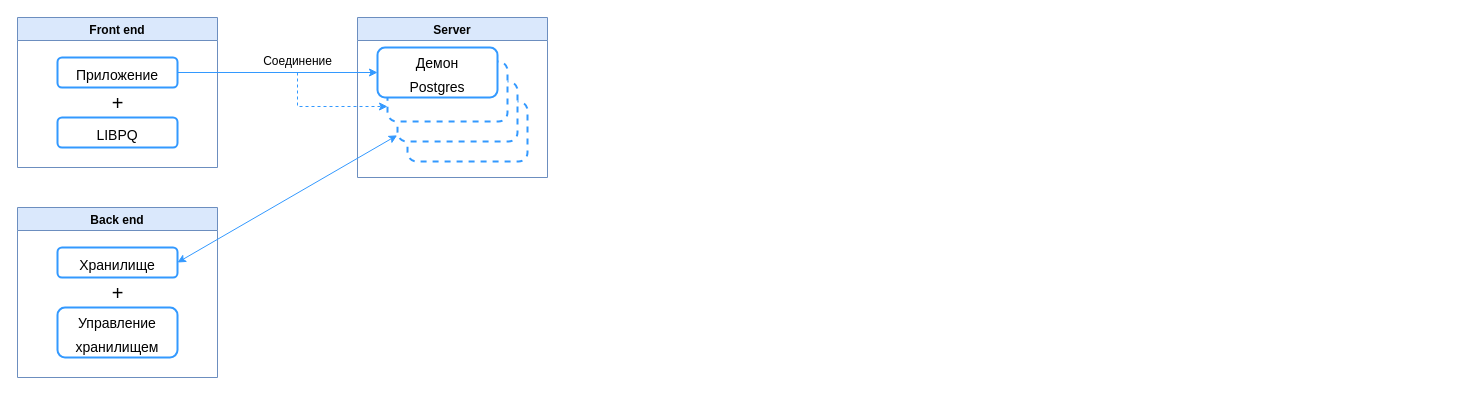
Earlier version of the draw.io diagram diagrams/Architecture.drawio (platosha-git/Diplom-theory). Source tidied: cells renumbered, new cells numbered last; positions are measured from the earlier drawing's top-left corner, leaving out a move shared by most shapes. Both pictures are drawn from the tidied source at 100%, with x=0, y=0 at pixel (17, 17).
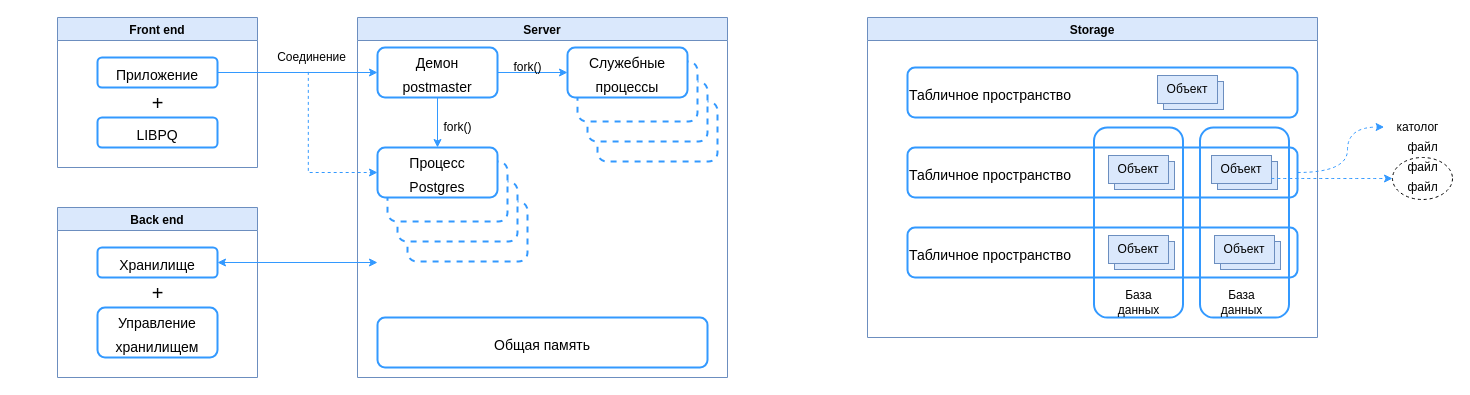
After the change.

Unchanged cells that the change refers to:
```xml
<mxCell id="3" value="&lt;font style=&quot;font-size: 14px&quot;&gt;Приложение&lt;/font&gt;" style="rounded=1;whiteSpace=wrap;html=1;fontSize=20;strokeColor=#3399FF;strokeWidth=2;" parent="2" vertex="1">
  <mxGeometry x="40" y="40" width="120" height="30" as="geometry" />
</mxCell>
<mxCell id="15" value="&lt;font style=&quot;font-size: 14px&quot;&gt;Хранилище&lt;/font&gt;" style="rounded=1;whiteSpace=wrap;html=1;fontSize=20;strokeColor=#3399FF;strokeWidth=2;" parent="14" vertex="1">
  <mxGeometry x="40" y="40" width="120" height="30" as="geometry" />
</mxCell>
```

The edit, as a diff of the source:
```diff
@@
     <mxCell id="2" value="Front end" style="swimlane;fillColor=#dae8fc;strokeColor=#6c8ebf;" parent="1" vertex="1">
-      <mxGeometry width="200" height="150" as="geometry" />
+      <mxGeometry x="40" width="200" height="150" as="geometry" />
     </mxCell>
@@
     <mxCell id="6" value="Server" style="swimlane;fillColor=#dae8fc;strokeColor=#6c8ebf;" parent="1" vertex="1">
-      <mxGeometry x="340" width="190" height="160" as="geometry" />
+      <mxGeometry x="340" width="370" height="360" as="geometry" />
     </mxCell>
     <mxCell id="7" style="rounded=1;whiteSpace=wrap;html=1;fontSize=20;strokeColor=#3399FF;strokeWidth=2;dashed=1;" parent="6" vertex="1">
-      <mxGeometry x="50" y="84" width="120" height="60" as="geometry" />
+      <mxGeometry x="50" y="184" width="120" height="60" as="geometry" />
     </mxCell>
     <mxCell id="8" style="rounded=1;whiteSpace=wrap;html=1;fontSize=20;strokeColor=#3399FF;strokeWidth=2;dashed=1;" parent="6" vertex="1">
-      <mxGeometry x="40" y="64" width="120" height="60" as="geometry" />
+      <mxGeometry x="40" y="164" width="120" height="60" as="geometry" />
     </mxCell>
     <mxCell id="9" style="rounded=1;whiteSpace=wrap;html=1;fontSize=20;strokeColor=#3399FF;strokeWidth=2;dashed=1;" parent="6" vertex="1">
-      <mxGeometry x="30" y="44" width="120" height="60" as="geometry" />
+      <mxGeometry x="30" y="144" width="120" height="60" as="geometry" />
     </mxCell>
-    <mxCell id="10" value="&lt;font style=&quot;font-size: 14px&quot;&gt;Демон&lt;br&gt;Postgres&lt;/font&gt;" style="rounded=1;whiteSpace=wrap;html=1;fontSize=20;strokeColor=#3399FF;strokeWidth=2;" parent="6" vertex="1">
-      <mxGeometry x="20" y="30" width="120" height="50" as="geometry" />
+    <mxCell id="10" value="&lt;font style=&quot;font-size: 14px&quot;&gt;Процесс&lt;br&gt;Postgres&lt;/font&gt;" style="rounded=1;whiteSpace=wrap;html=1;fontSize=20;strokeColor=#3399FF;strokeWidth=2;" parent="6" vertex="1">
+      <mxGeometry x="20" y="130" width="120" height="50" as="geometry" />
     </mxCell>
-    <mxCell id="11" style="endArrow=classic;html=1;rounded=0;fontSize=20;exitX=1;exitY=0.5;exitDx=0;exitDy=0;entryX=0;entryY=0.5;entryDx=0;entryDy=0;fillColor=#dae8fc;strokeColor=#3399FF;" parent="1" edge="1" source="3" target="10">
-      <mxGeometry relative="1" as="geometry" />
-    </mxCell>
-    <mxCell id="12" value="&lt;font style=&quot;font-size: 12px&quot;&gt;Соединение&lt;/font&gt;" style="text;html=1;align=center;verticalAlign=middle;points=[];strokeColor=none;fillColor=none;fontSize=20;" parent="1" vertex="1">
-      <mxGeometry x="240" y="25" width="80" height="30" as="geometry" />
-    </mxCell>
-    <mxCell id="13" style="endArrow=classic;html=1;rounded=0;fontSize=16;strokeColor=#3399FF;edgeStyle=orthogonalEdgeStyle;entryX=0;entryY=0.75;entryDx=0;entryDy=0;dashed=1;" parent="1" edge="1" source="12" target="9">
-      <mxGeometry relative="1" as="geometry">
-        <Array as="points">
-          <mxPoint x="280" y="89" />
-        </Array>
-      </mxGeometry>
-    </mxCell>
+    <mxCell id="19" style="edgeStyle=orthogonalEdgeStyle;rounded=0;jettySize=auto;html=1;exitX=0.5;exitY=1;exitDx=0;exitDy=0;entryX=0.5;entryY=0;entryDx=0;entryDy=0;fillColor=#dae8fc;strokeColor=#3399FF;" parent="6" edge="1" source="21" target="10">
+      <mxGeometry relative="1" as="geometry" />
+    </mxCell>
+    <mxCell id="20" style="edgeStyle=orthogonalEdgeStyle;rounded=0;jettySize=auto;html=1;exitX=1;exitY=0.5;exitDx=0;exitDy=0;entryX=0;entryY=0.5;entryDx=0;entryDy=0;strokeColor=#3399FF;" parent="6" edge="1" source="21" target="26">
+      <mxGeometry relative="1" as="geometry" />
+    </mxCell>
+    <mxCell id="21" value="&lt;font style=&quot;font-size: 14px&quot;&gt;Демон&lt;br&gt;postmaster&lt;br&gt;&lt;/font&gt;" style="rounded=1;whiteSpace=wrap;html=1;fontSize=20;strokeColor=#3399FF;strokeWidth=2;" parent="6" vertex="1">
+      <mxGeometry x="20" y="30" width="120" height="50" as="geometry" />
+    </mxCell>
+    <mxCell id="22" value="fork()" style="text;html=1;align=center;verticalAlign=middle;strokeColor=none;fillColor=none;" parent="6" vertex="1">
+      <mxGeometry x="80" y="100" width="40" height="20" as="geometry" />
+    </mxCell>
+    <mxCell id="23" style="rounded=1;whiteSpace=wrap;html=1;fontSize=20;strokeColor=#3399FF;strokeWidth=2;dashed=1;" parent="6" vertex="1">
+      <mxGeometry x="240" y="84" width="120" height="60" as="geometry" />
+    </mxCell>
+    <mxCell id="24" style="rounded=1;whiteSpace=wrap;html=1;fontSize=20;strokeColor=#3399FF;strokeWidth=2;dashed=1;" parent="6" vertex="1">
+      <mxGeometry x="230" y="64" width="120" height="60" as="geometry" />
+    </mxCell>
+    <mxCell id="25" style="rounded=1;whiteSpace=wrap;html=1;fontSize=20;strokeColor=#3399FF;strokeWidth=2;dashed=1;" parent="6" vertex="1">
+      <mxGeometry x="220" y="44" width="120" height="60" as="geometry" />
+    </mxCell>
+    <mxCell id="26" value="&lt;span style=&quot;font-size: 14px&quot;&gt;Служебные процессы&lt;br&gt;&lt;/span&gt;" style="rounded=1;whiteSpace=wrap;html=1;fontSize=20;strokeColor=#3399FF;strokeWidth=2;" parent="6" vertex="1">
+      <mxGeometry x="210" y="30" width="120" height="50" as="geometry" />
+    </mxCell>
+    <mxCell id="27" value="fork()" style="text;html=1;align=center;verticalAlign=middle;strokeColor=none;fillColor=none;" parent="6" vertex="1">
+      <mxGeometry x="150" y="40" width="40" height="20" as="geometry" />
+    </mxCell>
+    <mxCell id="28" value="&lt;span style=&quot;font-size: 14px&quot;&gt;Общая память&lt;/span&gt;" style="rounded=1;whiteSpace=wrap;html=1;fontSize=20;strokeColor=#3399FF;strokeWidth=2;" parent="6" vertex="1">
+      <mxGeometry x="20" y="300" width="330" height="50" as="geometry" />
+    </mxCell>
     <mxCell id="14" value="Back end" style="swimlane;fillColor=#dae8fc;strokeColor=#6c8ebf;" parent="1" vertex="1">
-      <mxGeometry y="190" width="200" height="170" as="geometry" />
+      <mxGeometry x="40" y="190" width="200" height="170" as="geometry" />
     </mxCell>
@@
-    <mxCell id="18" style="rounded=0;jettySize=auto;html=1;exitX=1;exitY=0.5;exitDx=0;exitDy=0;fontSize=16;strokeColor=#3399FF;startArrow=classic;startFill=1;entryX=-0.003;entryY=0.897;entryDx=0;entryDy=0;entryPerimeter=0;" parent="1" edge="1" source="15" target="8">
-      <mxGeometry relative="1" as="geometry" />
+    <mxCell id="18" style="rounded=0;jettySize=auto;html=1;exitX=1;exitY=0.5;exitDx=0;exitDy=0;fontSize=16;strokeColor=#3399FF;startArrow=classic;startFill=1;" parent="1" edge="1" source="15">
+      <mxGeometry relative="1" as="geometry">
+        <mxPoint x="360" y="245" as="targetPoint" />
+      </mxGeometry>
     </mxCell>
+    <mxCell id="29" style="edgeStyle=orthogonalEdgeStyle;rounded=0;jettySize=auto;html=1;exitX=1;exitY=0.5;exitDx=0;exitDy=0;entryX=0;entryY=0.5;entryDx=0;entryDy=0;fillColor=#dae8fc;strokeColor=#3399FF;" parent="1" edge="1" source="3" target="21">
+      <mxGeometry relative="1" as="geometry" />
+    </mxCell>
+    <mxCell id="12" value="Соединение" style="text;html=1;align=center;verticalAlign=middle;points=[];strokeColor=none;fillColor=none;" parent="1" vertex="1">
+      <mxGeometry x="254" y="30" width="80" height="20" as="geometry" />
+    </mxCell>
+    <mxCell id="30" style="endArrow=classic;html=1;rounded=0;strokeColor=#3399FF;exitX=0.46;exitY=1.22;exitDx=0;exitDy=0;exitPerimeter=0;entryX=0;entryY=0.5;entryDx=0;entryDy=0;edgeStyle=orthogonalEdgeStyle;dashed=1;" parent="1" edge="1" source="12" target="10">
+      <mxGeometry relative="1" as="geometry">
+        <Array as="points">
+          <mxPoint x="291" y="155" />
+        </Array>
+      </mxGeometry>
+    </mxCell>
+    <mxCell id="31" value="Storage" style="swimlane;fillColor=#dae8fc;strokeColor=#6c8ebf;" parent="1" vertex="1">
+      <mxGeometry x="850" width="450" height="320" as="geometry" />
+    </mxCell>
+    <mxCell id="32" value="&lt;span style=&quot;font-size: 14px&quot;&gt;Табличное пространство&lt;/span&gt;" style="rounded=1;whiteSpace=wrap;html=1;fontSize=20;strokeColor=#3399FF;strokeWidth=2;align=left;" parent="31" vertex="1">
+      <mxGeometry x="40" y="130" width="390" height="50" as="geometry" />
+    </mxCell>
+    <mxCell id="33" value="&lt;span style=&quot;font-size: 14px&quot;&gt;Табличное пространство&lt;/span&gt;" style="rounded=1;whiteSpace=wrap;html=1;fontSize=20;strokeColor=#3399FF;strokeWidth=2;align=left;" parent="31" vertex="1">
+      <mxGeometry x="40" y="50" width="390" height="50" as="geometry" />
+    </mxCell>
+    <mxCell id="34" value="&lt;span style=&quot;font-size: 14px&quot;&gt;Табличное пространство&lt;/span&gt;" style="rounded=1;whiteSpace=wrap;html=1;fontSize=20;strokeColor=#3399FF;strokeWidth=2;align=left;" parent="31" vertex="1">
+      <mxGeometry x="40" y="210" width="390" height="50" as="geometry" />
+    </mxCell>
+    <mxCell id="35" style="rounded=0;whiteSpace=wrap;html=1;fontSize=12;fillColor=#dae8fc;strokeColor=#6c8ebf;" parent="31" vertex="1">
+      <mxGeometry x="296" y="64" width="60" height="28" as="geometry" />
+    </mxCell>
+    <mxCell id="36" value="Объект" style="rounded=0;whiteSpace=wrap;html=1;fontSize=12;fillColor=#dae8fc;strokeColor=#6c8ebf;" parent="31" vertex="1">
+      <mxGeometry x="290" y="58" width="60" height="28" as="geometry" />
+    </mxCell>
+    <mxCell id="37" style="rounded=0;whiteSpace=wrap;html=1;fontSize=12;fillColor=#dae8fc;strokeColor=#6c8ebf;" parent="31" vertex="1">
+      <mxGeometry x="247" y="144" width="60" height="28" as="geometry" />
+    </mxCell>
+    <mxCell id="38" value="Объект" style="rounded=0;whiteSpace=wrap;html=1;fontSize=12;fillColor=#dae8fc;strokeColor=#6c8ebf;" parent="31" vertex="1">
+      <mxGeometry x="241" y="138" width="60" height="28" as="geometry" />
+    </mxCell>
+    <mxCell id="39" style="rounded=0;whiteSpace=wrap;html=1;fontSize=12;fillColor=#dae8fc;strokeColor=#6c8ebf;" parent="31" vertex="1">
+      <mxGeometry x="350" y="144" width="60" height="28" as="geometry" />
+    </mxCell>
+    <mxCell id="40" value="Объект" style="rounded=0;whiteSpace=wrap;html=1;fontSize=12;fillColor=#dae8fc;strokeColor=#6c8ebf;" parent="31" vertex="1">
+      <mxGeometry x="344" y="138" width="60" height="28" as="geometry" />
+    </mxCell>
+    <mxCell id="41" style="rounded=0;whiteSpace=wrap;html=1;fontSize=12;fillColor=#dae8fc;strokeColor=#6c8ebf;" parent="31" vertex="1">
+      <mxGeometry x="247" y="224" width="60" height="28" as="geometry" />
+    </mxCell>
+    <mxCell id="42" value="Объект" style="rounded=0;whiteSpace=wrap;html=1;fontSize=12;fillColor=#dae8fc;strokeColor=#6c8ebf;" parent="31" vertex="1">
+      <mxGeometry x="241" y="218" width="60" height="28" as="geometry" />
+    </mxCell>
+    <mxCell id="43" style="rounded=0;whiteSpace=wrap;html=1;fontSize=12;fillColor=#dae8fc;strokeColor=#6c8ebf;" parent="31" vertex="1">
+      <mxGeometry x="353" y="224" width="60" height="28" as="geometry" />
+    </mxCell>
+    <mxCell id="44" value="Объект" style="rounded=0;whiteSpace=wrap;html=1;fontSize=12;fillColor=#dae8fc;strokeColor=#6c8ebf;" parent="31" vertex="1">
+      <mxGeometry x="347" y="218" width="60" height="28" as="geometry" />
+    </mxCell>
+    <mxCell id="45" style="rounded=1;whiteSpace=wrap;html=1;fontSize=20;strokeColor=#3399FF;strokeWidth=2;align=left;direction=south;fillColor=none;" parent="31" vertex="1">
+      <mxGeometry x="226.5" y="110" width="89" height="190" as="geometry" />
+    </mxCell>
+    <mxCell id="46" value="База &lt;br&gt;данных" style="text;html=1;align=center;verticalAlign=middle;strokeColor=none;fillColor=none;fontSize=12;" parent="31" vertex="1">
+      <mxGeometry x="241" y="270" width="60" height="30" as="geometry" />
+    </mxCell>
+    <mxCell id="47" style="rounded=1;whiteSpace=wrap;html=1;fontSize=20;strokeColor=#3399FF;strokeWidth=2;align=left;direction=south;fillColor=none;" parent="31" vertex="1">
+      <mxGeometry x="332.5" y="110" width="89" height="190" as="geometry" />
+    </mxCell>
+    <mxCell id="48" value="База &lt;br&gt;данных" style="text;html=1;align=center;verticalAlign=middle;strokeColor=none;fillColor=none;fontSize=12;" parent="31" vertex="1">
+      <mxGeometry x="344" y="270" width="60" height="30" as="geometry" />
+    </mxCell>
+    <mxCell id="49" value="католог" style="text;html=1;align=center;verticalAlign=middle;points=[];strokeColor=none;fillColor=none;fontSize=12;" parent="1" vertex="1">
+      <mxGeometry x="1370" y="100" width="60" height="20" as="geometry" />
+    </mxCell>
+    <mxCell id="50" style="edgeStyle=orthogonalEdgeStyle;rounded=0;jettySize=auto;html=1;exitX=1;exitY=0.5;exitDx=0;exitDy=0;entryX=-0.056;entryY=0.477;entryDx=0;entryDy=0;entryPerimeter=0;dashed=1;fontSize=12;strokeColor=#3399FF;curved=1;" parent="1" edge="1" source="32" target="49">
+      <mxGeometry relative="1" as="geometry">
+        <Array as="points">
+          <mxPoint x="1330" y="155" />
+          <mxPoint x="1330" y="110" />
+        </Array>
+      </mxGeometry>
+    </mxCell>
+    <mxCell id="51" value="файл" style="text;html=1;align=center;verticalAlign=middle;strokeColor=none;fillColor=none;fontSize=12;" parent="1" vertex="1">
+      <mxGeometry x="1380" y="120" width="50" height="20" as="geometry" />
+    </mxCell>
+    <mxCell id="52" value="файл" style="text;html=1;align=center;verticalAlign=middle;strokeColor=none;fillColor=none;fontSize=12;" parent="1" vertex="1">
+      <mxGeometry x="1380" y="140" width="50" height="20" as="geometry" />
+    </mxCell>
+    <mxCell id="53" value="файл" style="text;html=1;align=center;verticalAlign=middle;strokeColor=none;fillColor=none;fontSize=12;" parent="1" vertex="1">
+      <mxGeometry x="1380" y="160" width="50" height="20" as="geometry" />
+    </mxCell>
+    <mxCell id="54" style="edgeStyle=orthogonalEdgeStyle;curved=1;rounded=0;jettySize=auto;html=1;dashed=1;fontSize=12;strokeColor=#3399FF;" parent="1" edge="1" source="40" target="55">
+      <mxGeometry relative="1" as="geometry">
+        <Array as="points">
+          <mxPoint x="1280" y="161" />
+          <mxPoint x="1280" y="161" />
+        </Array>
+      </mxGeometry>
+    </mxCell>
+    <mxCell id="55" style="ellipse;whiteSpace=wrap;html=1;fontSize=12;fillColor=none;dashed=1;" parent="1" vertex="1">
+      <mxGeometry x="1375" y="140" width="60" height="42" as="geometry" />
+    </mxCell>
```
